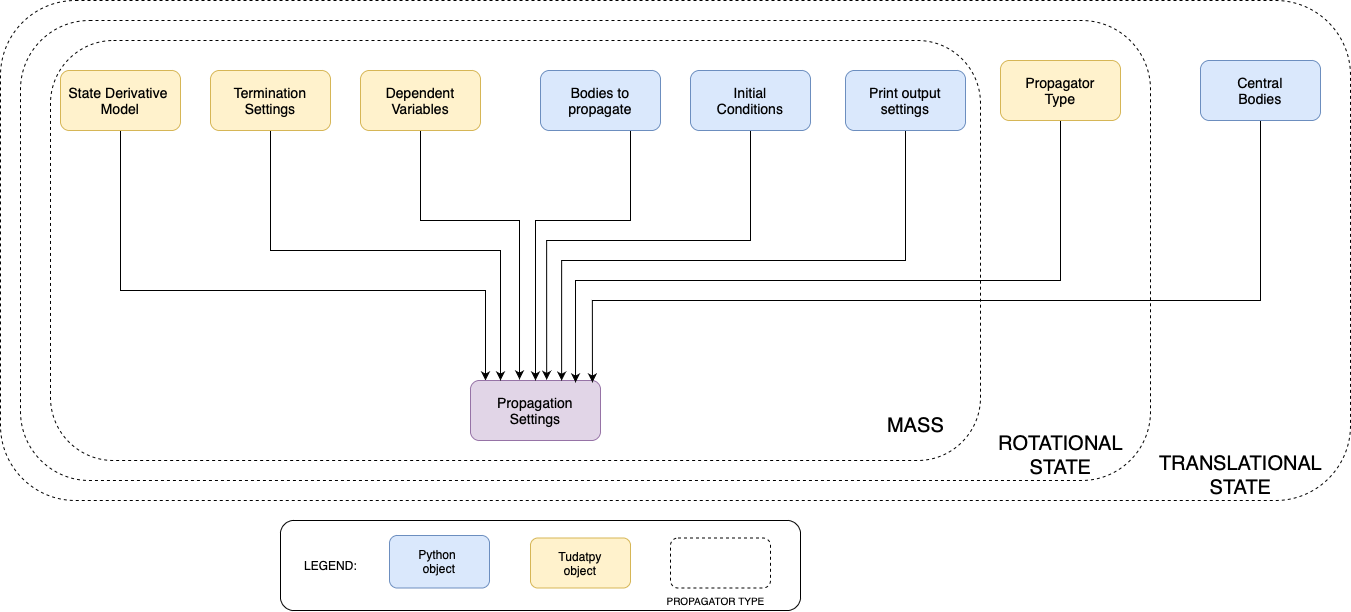
tudat-team/tudat-space keeps this draw.io diagram as docs/source/_src_user_guide/state_propagation/propagation_setup/_static/tudatpy_propagation_settings.png. Above is the earlier version. Source tidied: cells renumbered, new cells last; positions are measured from the earlier drawing's top-left corner, leaving out a move shared by most shapes.
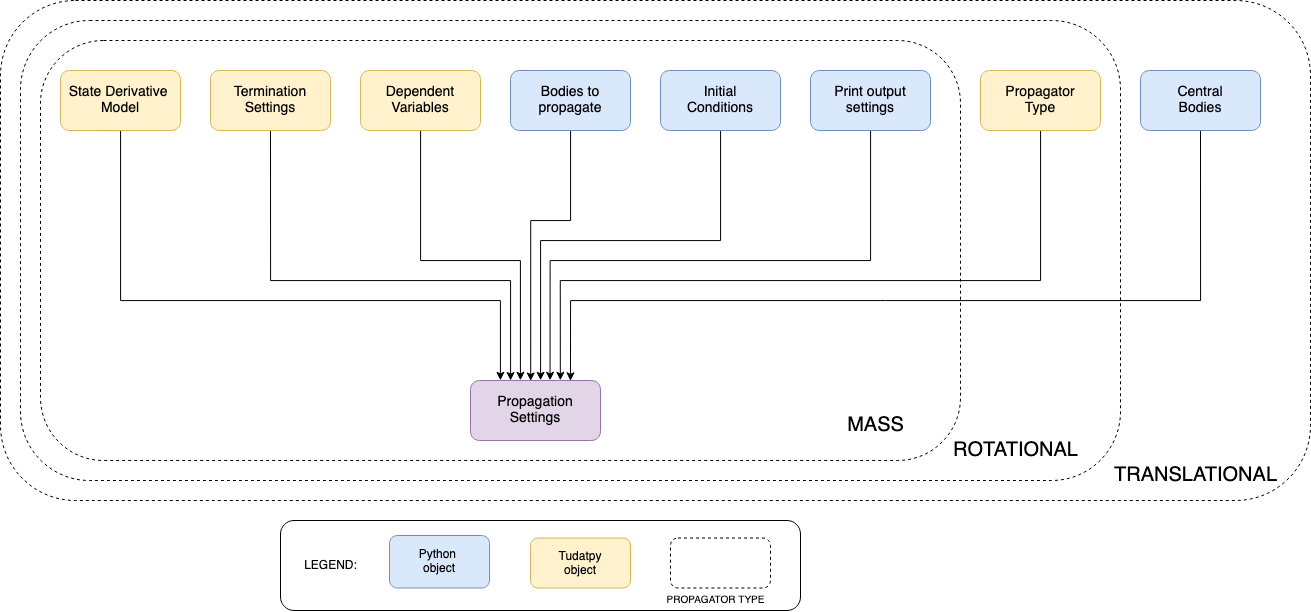
Above is the later version.

Diff of the diagram source:
```diff
@@ -3,22 +3,21 @@
     <mxCell id="0" />
     <mxCell id="1" parent="0" />
     <mxCell id="2" style="rounded=1;whiteSpace=wrap;html=1;labelPosition=right;verticalLabelPosition=top;align=left;verticalAlign=bottom;fillColor=none;dashed=1;fontSize=16;" parent="1" vertex="1">
-      <mxGeometry width="1350" height="500" as="geometry" />
+      <mxGeometry width="1310" height="500" as="geometry" />
     </mxCell>
     <mxCell id="3" style="rounded=1;whiteSpace=wrap;html=1;labelPosition=right;verticalLabelPosition=top;align=left;verticalAlign=bottom;fillColor=none;dashed=1;fontSize=16;" parent="1" vertex="1">
-      <mxGeometry x="20" y="20" width="1130" height="460" as="geometry" />
+      <mxGeometry x="20" y="20" width="1100" height="460" as="geometry" />
     </mxCell>
     <mxCell id="4" style="rounded=1;whiteSpace=wrap;html=1;labelPosition=right;verticalLabelPosition=top;align=left;verticalAlign=bottom;fillColor=none;dashed=1;fontSize=16;" parent="1" vertex="1">
-      <mxGeometry x="50" y="40" width="930" height="420" as="geometry" />
+      <mxGeometry x="40" y="40" width="920" height="420" as="geometry" />
     </mxCell>
-    <mxCell id="5" style="edgeStyle=orthogonalEdgeStyle;rounded=0;orthogonalLoop=1;jettySize=auto;html=1;entryX=0.5;entryY=0;entryDx=0;entryDy=0;exitX=0.5;exitY=1;exitDx=0;exitDy=0;" parent="1" edge="1">
+    <mxCell id="5" style="edgeStyle=orthogonalEdgeStyle;rounded=0;jettySize=auto;html=1;entryX=0.23;entryY=-0.003;entryDx=0;entryDy=0;exitX=0.5;exitY=1;exitDx=0;exitDy=0;entryPerimeter=0;" parent="1" edge="1" target="7">
       <mxGeometry relative="1" as="geometry">
         <mxPoint x="70" y="130" as="sourcePoint" />
-        <mxPoint x="485" y="380" as="targetPoint" />
         <Array as="points">
           <mxPoint x="120" y="130" />
-          <mxPoint x="120" y="290" />
-          <mxPoint x="485" y="290" />
+          <mxPoint x="120" y="300" />
+          <mxPoint x="500" y="300" />
         </Array>
       </mxGeometry>
     </mxCell>
@@ -28,11 +27,11 @@
     <mxCell id="7" value="&lt;span style=&quot;font-size: 14px&quot;&gt;Propagation Settings&lt;/span&gt;" style="rounded=1;whiteSpace=wrap;html=1;fillColor=#e1d5e7;strokeColor=#9673a6;" parent="1" vertex="1">
       <mxGeometry x="470" y="380" width="130" height="60" as="geometry" />
     </mxCell>
-    <mxCell id="8" style="edgeStyle=orthogonalEdgeStyle;rounded=0;jettySize=auto;html=1;entryX=0.377;entryY=-0.017;entryDx=0;entryDy=0;entryPerimeter=0;" parent="1" edge="1" source="10" target="7">
+    <mxCell id="8" style="edgeStyle=orthogonalEdgeStyle;rounded=0;jettySize=auto;html=1;entryX=0.384;entryY=-0.003;entryDx=0;entryDy=0;entryPerimeter=0;" parent="1" edge="1" source="10" target="7">
       <mxGeometry relative="1" as="geometry">
         <Array as="points">
-          <mxPoint x="420" y="220" />
-          <mxPoint x="519" y="220" />
+          <mxPoint x="420" y="260" />
+          <mxPoint x="520" y="260" />
         </Array>
       </mxGeometry>
     </mxCell>
@@ -45,77 +44,78 @@
     <mxCell id="11" style="edgeStyle=orthogonalEdgeStyle;rounded=0;jettySize=auto;html=1;exitX=0.5;exitY=1;exitDx=0;exitDy=0;" parent="1" edge="1" source="12" target="7">
       <mxGeometry relative="1" as="geometry">
         <Array as="points">
-          <mxPoint x="270" y="250" />
-          <mxPoint x="500" y="250" />
+          <mxPoint x="270" y="280" />
+          <mxPoint x="510" y="280" />
         </Array>
       </mxGeometry>
     </mxCell>
     <mxCell id="12" value="&lt;span style=&quot;font-size: 14px&quot;&gt;Termination Settings&lt;/span&gt;" style="rounded=1;whiteSpace=wrap;html=1;fillColor=#fff2cc;strokeColor=#d6b656;" parent="1" vertex="1">
       <mxGeometry x="210" y="70" width="120" height="60" as="geometry" />
     </mxCell>
-    <mxCell id="13" style="edgeStyle=orthogonalEdgeStyle;rounded=0;jettySize=auto;html=1;entryX=0.5;entryY=0;entryDx=0;entryDy=0;" parent="1" edge="1" source="14" target="7">
+    <mxCell id="13" style="edgeStyle=orthogonalEdgeStyle;rounded=0;jettySize=auto;html=1;entryX=0.463;entryY=0.008;entryDx=0;entryDy=0;entryPerimeter=0;" parent="1" edge="1" source="14" target="7">
       <mxGeometry relative="1" as="geometry">
         <Array as="points">
-          <mxPoint x="630" y="220" />
-          <mxPoint x="535" y="220" />
+          <mxPoint x="570" y="220" />
+          <mxPoint x="530" y="220" />
         </Array>
       </mxGeometry>
     </mxCell>
     <mxCell id="14" value="&lt;span style=&quot;font-size: 14px&quot;&gt;Bodies to propagate&lt;/span&gt;" style="rounded=1;whiteSpace=wrap;html=1;fillColor=#dae8fc;strokeColor=#6c8ebf;" parent="1" vertex="1">
-      <mxGeometry x="540" y="70" width="120" height="60" as="geometry" />
+      <mxGeometry x="510" y="70" width="120" height="60" as="geometry" />
     </mxCell>
-    <mxCell id="15" style="edgeStyle=orthogonalEdgeStyle;rounded=0;jettySize=auto;html=1;entryX=0.586;entryY=-0.011;entryDx=0;entryDy=0;entryPerimeter=0;fontSize=10;" parent="1" edge="1" source="16" target="7">
+    <mxCell id="15" style="edgeStyle=orthogonalEdgeStyle;rounded=0;jettySize=auto;html=1;fontSize=10;entryX=0.545;entryY=-0.003;entryDx=0;entryDy=0;entryPerimeter=0;" parent="1" edge="1" source="16" target="7">
       <mxGeometry relative="1" as="geometry">
         <Array as="points">
-          <mxPoint x="750" y="240" />
-          <mxPoint x="546" y="240" />
+          <mxPoint x="720" y="240" />
+          <mxPoint x="540" y="240" />
+          <mxPoint x="540" y="380" />
         </Array>
       </mxGeometry>
     </mxCell>
     <mxCell id="16" value="&lt;span style=&quot;font-size: 14px&quot;&gt;Initial&lt;br&gt;Conditions&lt;br&gt;&lt;/span&gt;" style="rounded=1;whiteSpace=wrap;html=1;fillColor=#dae8fc;strokeColor=#6c8ebf;" parent="1" vertex="1">
-      <mxGeometry x="690" y="70" width="120" height="60" as="geometry" />
+      <mxGeometry x="660" y="70" width="120" height="60" as="geometry" />
     </mxCell>
-    <mxCell id="17" style="edgeStyle=orthogonalEdgeStyle;rounded=0;jettySize=auto;html=1;entryX=0.808;entryY=0.033;entryDx=0;entryDy=0;entryPerimeter=0;fontSize=20;" parent="1" edge="1" source="18" target="7">
+    <mxCell id="17" style="edgeStyle=orthogonalEdgeStyle;rounded=0;jettySize=auto;html=1;fontSize=20;entryX=0.691;entryY=-0.003;entryDx=0;entryDy=0;entryPerimeter=0;" parent="1" edge="1" source="18" target="7">
       <mxGeometry relative="1" as="geometry">
         <Array as="points">
-          <mxPoint x="1060" y="280" />
-          <mxPoint x="575" y="280" />
+          <mxPoint x="1040" y="280" />
+          <mxPoint x="560" y="280" />
         </Array>
       </mxGeometry>
     </mxCell>
     <mxCell id="18" value="&lt;span style=&quot;font-size: 14px&quot;&gt;Propagator&lt;br&gt;Type&lt;br&gt;&lt;/span&gt;" style="rounded=1;whiteSpace=wrap;html=1;fillColor=#fff2cc;strokeColor=#d6b656;" parent="1" vertex="1">
-      <mxGeometry x="1000" y="60" width="120" height="60" as="geometry" />
+      <mxGeometry x="980" y="70" width="120" height="60" as="geometry" />
     </mxCell>
-    <mxCell id="19" value="&lt;font style=&quot;font-size: 20px&quot;&gt;ROTATIONAL&lt;br&gt;STATE&lt;/font&gt;" style="text;html=1;align=center;verticalAlign=middle;strokeColor=none;fillColor=none;fontSize=16;" parent="1" vertex="1">
-      <mxGeometry x="990" y="430" width="140" height="50" as="geometry" />
+    <mxCell id="19" value="&lt;font style=&quot;font-size: 20px&quot;&gt;ROTATIONAL&lt;br&gt;&lt;/font&gt;" style="text;html=1;align=center;verticalAlign=middle;strokeColor=none;fillColor=none;fontSize=16;" parent="1" vertex="1">
+      <mxGeometry x="940" y="430" width="150" height="40" as="geometry" />
     </mxCell>
-    <mxCell id="20" value="&lt;font style=&quot;font-size: 20px&quot;&gt;TRANSLATIONAL&lt;br&gt;STATE&lt;/font&gt;" style="text;html=1;align=center;verticalAlign=middle;strokeColor=none;fillColor=none;fontSize=16;" parent="1" vertex="1">
-      <mxGeometry x="1150" y="450" width="180" height="50" as="geometry" />
+    <mxCell id="20" value="&lt;font style=&quot;font-size: 20px&quot;&gt;TRANSLATIONAL&lt;br&gt;&lt;/font&gt;" style="text;html=1;align=center;verticalAlign=middle;strokeColor=none;fillColor=none;fontSize=16;" parent="1" vertex="1">
+      <mxGeometry x="1100" y="455" width="190" height="40" as="geometry" />
     </mxCell>
     <mxCell id="21" value="&lt;font style=&quot;font-size: 20px&quot;&gt;MASS&lt;/font&gt;" style="text;html=1;align=center;verticalAlign=middle;strokeColor=none;fillColor=none;fontSize=16;" parent="1" vertex="1">
-      <mxGeometry x="880" y="410" width="70" height="30" as="geometry" />
+      <mxGeometry x="840" y="410" width="70" height="30" as="geometry" />
     </mxCell>
-    <mxCell id="22" style="edgeStyle=orthogonalEdgeStyle;rounded=0;jettySize=auto;html=1;exitX=0.5;exitY=1;exitDx=0;exitDy=0;entryX=0.938;entryY=0.033;entryDx=0;entryDy=0;entryPerimeter=0;fontSize=20;" parent="1" edge="1" source="23" target="7">
+    <mxCell id="22" style="edgeStyle=orthogonalEdgeStyle;rounded=0;jettySize=auto;html=1;exitX=0.5;exitY=1;exitDx=0;exitDy=0;fontSize=20;entryX=0.769;entryY=0.005;entryDx=0;entryDy=0;entryPerimeter=0;" parent="1" edge="1" source="23" target="7">
       <mxGeometry relative="1" as="geometry">
         <Array as="points">
-          <mxPoint x="1260" y="300" />
-          <mxPoint x="592" y="300" />
+          <mxPoint x="1200" y="300" />
+          <mxPoint x="570" y="300" />
         </Array>
       </mxGeometry>
     </mxCell>
     <mxCell id="23" value="&lt;span style=&quot;font-size: 14px&quot;&gt;Central&lt;br&gt;Bodies&lt;br&gt;&lt;/span&gt;" style="rounded=1;whiteSpace=wrap;html=1;fillColor=#dae8fc;strokeColor=#6c8ebf;" parent="1" vertex="1">
-      <mxGeometry x="1200" y="60" width="120" height="60" as="geometry" />
+      <mxGeometry x="1140" y="70" width="120" height="60" as="geometry" />
     </mxCell>
-    <mxCell id="24" style="edgeStyle=orthogonalEdgeStyle;rounded=0;jettySize=auto;html=1;entryX=0.701;entryY=0.003;entryDx=0;entryDy=0;entryPerimeter=0;fontSize=10;" parent="1" edge="1" source="25" target="7">
+    <mxCell id="24" style="edgeStyle=orthogonalEdgeStyle;rounded=0;jettySize=auto;html=1;fontSize=10;entryX=0.612;entryY=-0.003;entryDx=0;entryDy=0;entryPerimeter=0;" parent="1" edge="1" source="25" target="7">
       <mxGeometry relative="1" as="geometry">
         <Array as="points">
-          <mxPoint x="905" y="260" />
-          <mxPoint x="561" y="260" />
+          <mxPoint x="870" y="260" />
+          <mxPoint x="550" y="260" />
         </Array>
       </mxGeometry>
     </mxCell>
     <mxCell id="25" value="&lt;span style=&quot;font-size: 14px&quot;&gt;Print output&lt;br&gt;settings&lt;br&gt;&lt;/span&gt;" style="rounded=1;whiteSpace=wrap;html=1;fillColor=#dae8fc;strokeColor=#6c8ebf;" parent="1" vertex="1">
-      <mxGeometry x="845" y="70" width="120" height="60" as="geometry" />
+      <mxGeometry x="810" y="70" width="120" height="60" as="geometry" />
     </mxCell>
     <mxCell id="26" style="rounded=1;whiteSpace=wrap;html=1;labelPosition=left;verticalLabelPosition=top;align=right;verticalAlign=bottom;" parent="1" vertex="1">
       <mxGeometry x="280" y="520" width="520" height="90" as="geometry" />
```
